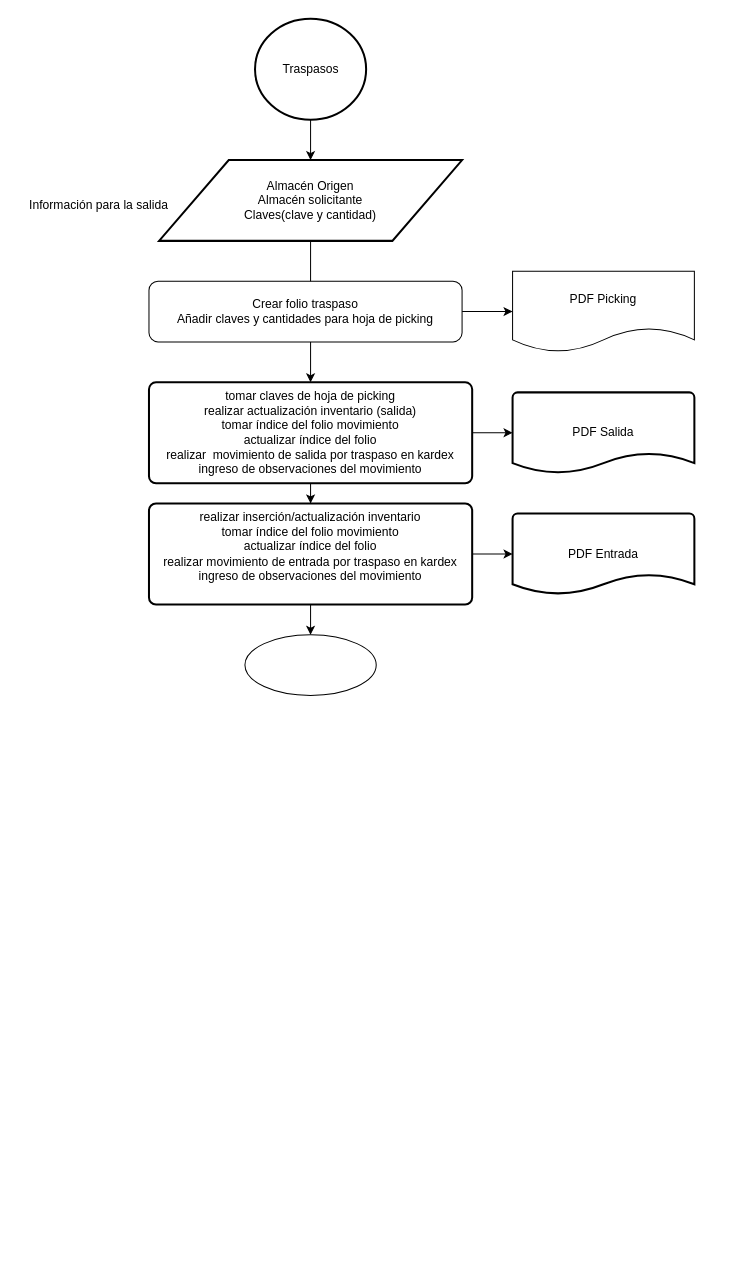
Before: TraspasosEmpresa.drawio in ErnestoDanielTafoyaMolinaCYM/clases-cat-cym, a draw.io diagram. Source tidied: cells renumbered, new cells numbered last; positions are measured from the earlier drawing's top-left corner, leaving out a move shared by most shapes. Both pictures are drawn from the tidied source at 101%, with x=0, y=0 at pixel (17, 18).
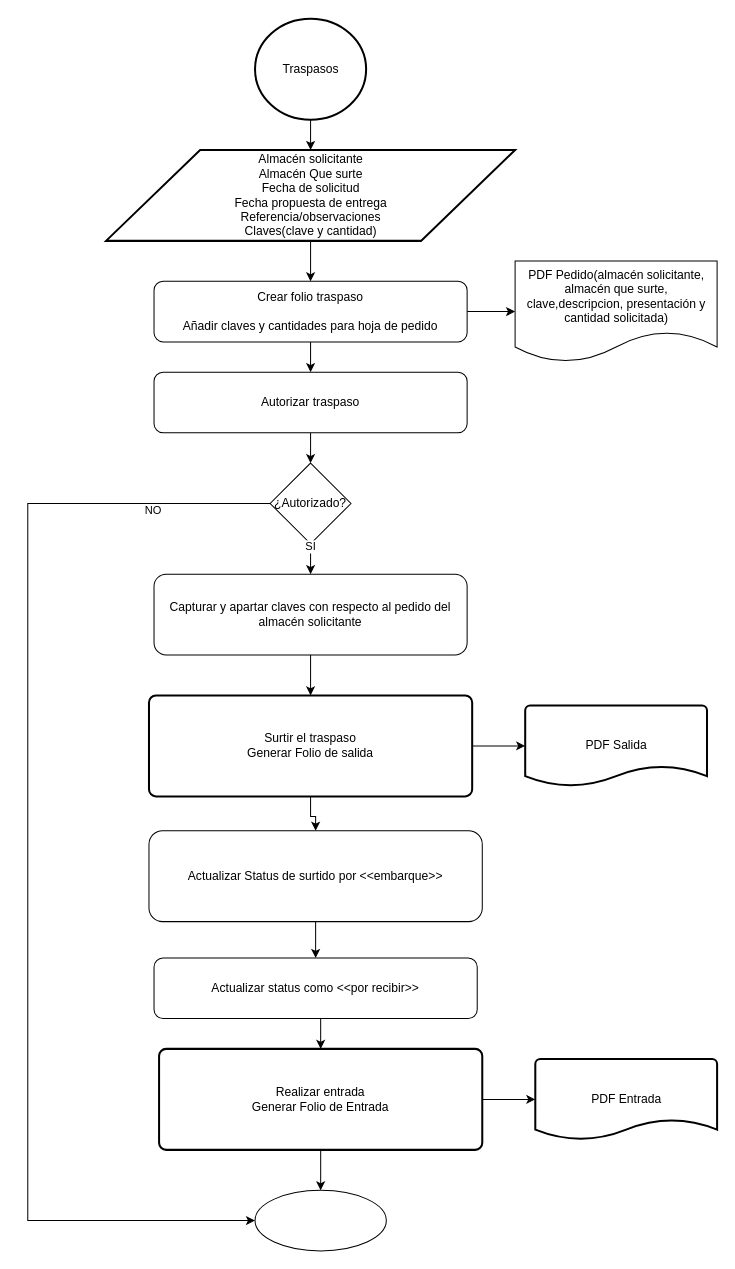
Above is the later version.

What changed in the source:
```diff
@@
-    <mxCell id="5" style="edgeStyle=orthogonalEdgeStyle;rounded=0;jettySize=auto;html=1;" parent="1" edge="1" source="6" target="11">
-      <mxGeometry relative="1" as="geometry" />
-    </mxCell>
+    <mxCell id="20" style="edgeStyle=orthogonalEdgeStyle;rounded=0;jettySize=auto;html=1;" parent="1" edge="1" source="6" target="32">
+      <mxGeometry relative="1" as="geometry" />
+    </mxCell>
-    <mxCell id="6" value="&lt;div&gt;&lt;br&gt;&lt;/div&gt;&lt;div&gt;tomar claves de hoja de picking&lt;/div&gt;realizar actualización inventario (salida)&lt;div&gt;tomar índice del folio movimiento&lt;/div&gt;&lt;div&gt;actualizar índice del folio&lt;br&gt;&lt;div&gt;realizar&amp;nbsp; movimiento de salida por traspaso en kardex&lt;/div&gt;&lt;div&gt;ingreso de observaciones del movimiento&lt;/div&gt;&lt;div&gt;&lt;br&gt;&lt;/div&gt;&lt;/div&gt;" style="rounded=1;whiteSpace=wrap;html=1;absoluteArcSize=1;arcSize=14;strokeWidth=2;" parent="1" vertex="1">
-      <mxGeometry x="130" y="360" width="320" height="100" as="geometry" />
+    <mxCell id="6" value="Surtir el traspaso&lt;div&gt;Generar Folio de salida&lt;/div&gt;" style="rounded=1;whiteSpace=wrap;html=1;absoluteArcSize=1;arcSize=14;strokeWidth=2;" parent="1" vertex="1">
+      <mxGeometry x="130" y="670" width="320" height="100" as="geometry" />
     </mxCell>
-    <mxCell id="7" value="Almacén Origen&lt;div&gt;Almacén solicitante&lt;/div&gt;&lt;div&gt;Claves(clave y cantidad)&lt;/div&gt;" style="shape=parallelogram;html=1;strokeWidth=2;perimeter=parallelogramPerimeter;whiteSpace=wrap;rounded=1;arcSize=0;size=0.23;" parent="1" vertex="1">
-      <mxGeometry x="140" y="140" width="300" height="80" as="geometry" />
+    <mxCell id="7" value="&lt;div&gt;&lt;br&gt;&lt;/div&gt;&lt;div&gt;Almacén solicitante&lt;/div&gt;&lt;div&gt;Almacén Que surte&lt;/div&gt;&lt;div&gt;Fecha de solicitud&lt;/div&gt;&lt;div&gt;Fecha propuesta de entrega&lt;/div&gt;&lt;div&gt;Referencia/observaciones&lt;/div&gt;&lt;div&gt;Claves(clave y cantidad)&lt;/div&gt;&lt;div&gt;&lt;div&gt;&lt;br&gt;&lt;/div&gt;&lt;/div&gt;" style="shape=parallelogram;html=1;strokeWidth=2;perimeter=parallelogramPerimeter;whiteSpace=wrap;rounded=1;arcSize=0;size=0.23;" parent="1" vertex="1">
+      <mxGeometry x="87.5" y="130" width="405" height="90" as="geometry" />
     </mxCell>
     <mxCell id="8" value="PDF Salida" style="strokeWidth=2;html=1;shape=mxgraph.flowchart.document2;whiteSpace=wrap;size=0.25;" parent="1" vertex="1">
-      <mxGeometry x="490" y="370" width="180" height="80" as="geometry" />
+      <mxGeometry x="502.5" y="680" width="180" height="80" as="geometry" />
     </mxCell>
@@
-    <mxCell id="11" value="realizar inserción/actualización inventario&lt;div&gt;tomar índice del folio movimiento&lt;/div&gt;&lt;div&gt;actualizar índice del folio&lt;br&gt;&lt;div&gt;realizar movimiento de entrada por traspaso en kardex&lt;/div&gt;&lt;div&gt;&lt;div&gt;ingreso de observaciones del movimiento&lt;/div&gt;&lt;div&gt;&lt;br&gt;&lt;/div&gt;&lt;/div&gt;&lt;/div&gt;" style="rounded=1;whiteSpace=wrap;html=1;absoluteArcSize=1;arcSize=14;strokeWidth=2;" parent="1" vertex="1">
-      <mxGeometry x="130" y="480" width="320" height="100" as="geometry" />
+    <mxCell id="11" value="&lt;div&gt;&lt;div&gt;&lt;div&gt;Realizar entrada&lt;/div&gt;&lt;/div&gt;&lt;/div&gt;&lt;div&gt;Generar Folio de Entrada&lt;/div&gt;" style="rounded=1;whiteSpace=wrap;html=1;absoluteArcSize=1;arcSize=14;strokeWidth=2;" parent="1" vertex="1">
+      <mxGeometry x="140" y="1020" width="320" height="100" as="geometry" />
     </mxCell>
     <mxCell id="12" value="PDF Entrada" style="strokeWidth=2;html=1;shape=mxgraph.flowchart.document2;whiteSpace=wrap;size=0.25;" parent="1" vertex="1">
-      <mxGeometry x="490" y="490" width="180" height="80" as="geometry" />
+      <mxGeometry x="512.5" y="1030" width="180" height="80" as="geometry" />
     </mxCell>
     <mxCell id="13" style="verticalLabelPosition=bottom;verticalAlign=top;html=1;shape=mxgraph.flowchart.on-page_reference;" parent="1" vertex="1">
-      <mxGeometry x="225" y="610" width="130" height="60" as="geometry" />
+      <mxGeometry x="235" y="1160" width="130" height="60" as="geometry" />
     </mxCell>
-    <mxCell id="14" style="edgeStyle=orthogonalEdgeStyle;rounded=0;jettySize=auto;html=1;exitX=0.5;exitY=1;exitDx=0;exitDy=0;entryX=0.5;entryY=0;entryDx=0;entryDy=0;" parent="1" edge="1" source="7" target="6">
+    <mxCell id="14" style="edgeStyle=orthogonalEdgeStyle;rounded=0;jettySize=auto;html=1;exitX=0.5;exitY=1;exitDx=0;exitDy=0;entryX=0.5;entryY=0;entryDx=0;entryDy=0;" parent="1" edge="1" source="30" target="6">
       <mxGeometry relative="1" as="geometry" />
     </mxCell>
@@
-    <mxCell id="16" value="Información para la salida" style="text;html=1;align=center;verticalAlign=middle;strokeColor=none;fillColor=none;" parent="1" vertex="1">
-      <mxGeometry y="170" width="160" height="30" as="geometry" />
-    </mxCell>
@@
+    <mxCell id="19" value="PDF Pedido(almacén solicitante, almacén que surte, clave,descripcion, presentación y cantidad solicitada)" style="shape=document;whiteSpace=wrap;html=1;boundedLbl=1;rounded=1;" parent="1" vertex="1">
+      <mxGeometry x="492.5" y="240" width="200" height="100" as="geometry" />
+    </mxCell>
+    <mxCell id="21" style="edgeStyle=orthogonalEdgeStyle;rounded=0;jettySize=auto;html=1;exitX=0.5;exitY=1;exitDx=0;exitDy=0;entryX=0.5;entryY=0;entryDx=0;entryDy=0;" parent="1" edge="1" source="7" target="18">
+      <mxGeometry relative="1" as="geometry" />
+    </mxCell>
+    <mxCell id="22" style="edgeStyle=orthogonalEdgeStyle;rounded=0;jettySize=auto;html=1;" parent="1" edge="1" source="18" target="24">
+      <mxGeometry relative="1" as="geometry" />
+    </mxCell>
-    <mxCell id="18" value="&lt;div&gt;Crear folio traspaso&lt;/div&gt;Añadir claves y cantidades para hoja de picking" style="rounded=1;whiteSpace=wrap;html=1;" parent="1" vertex="1">
-      <mxGeometry x="130" y="260" width="310" height="60" as="geometry" />
+    <mxCell id="18" value="&lt;div&gt;Crear folio traspaso&lt;/div&gt;&lt;div&gt;&lt;br&gt;&lt;/div&gt;Añadir claves y cantidades para hoja de pedido" style="rounded=1;whiteSpace=wrap;html=1;" parent="1" vertex="1">
+      <mxGeometry x="135" y="260" width="310" height="60" as="geometry" />
     </mxCell>
-    <mxCell id="19" value="PDF Picking" style="shape=document;whiteSpace=wrap;html=1;boundedLbl=1;rounded=1;" parent="1" vertex="1">
-      <mxGeometry x="490" y="250" width="180" height="80" as="geometry" />
-    </mxCell>
+    <mxCell id="23" style="edgeStyle=orthogonalEdgeStyle;rounded=0;jettySize=auto;html=1;exitX=0.5;exitY=1;exitDx=0;exitDy=0;entryX=0.5;entryY=0;entryDx=0;entryDy=0;" parent="1" edge="1" source="24" target="25">
+      <mxGeometry relative="1" as="geometry" />
+    </mxCell>
+    <mxCell id="24" value="Autorizar traspaso" style="rounded=1;whiteSpace=wrap;html=1;" parent="1" vertex="1">
+      <mxGeometry x="135" y="350" width="310" height="60" as="geometry" />
+    </mxCell>
+    <mxCell id="25" value="¿Autorizado?" style="rhombus;whiteSpace=wrap;html=1;" parent="1" vertex="1">
+      <mxGeometry x="250" y="440" width="80" height="80" as="geometry" />
+    </mxCell>
+    <mxCell id="26" style="edgeStyle=orthogonalEdgeStyle;rounded=0;jettySize=auto;html=1;exitX=0;exitY=0.5;exitDx=0;exitDy=0;entryX=0;entryY=0.5;entryDx=0;entryDy=0;entryPerimeter=0;" parent="1" edge="1" source="25" target="13">
+      <mxGeometry relative="1" as="geometry">
+        <Array as="points">
+          <mxPoint x="10" y="480" />
+          <mxPoint x="10" y="1190" />
+        </Array>
+      </mxGeometry>
+    </mxCell>
+    <mxCell id="27" value="NO" style="edgeLabel;html=1;align=center;verticalAlign=middle;" parent="26" vertex="1">
+      <mxGeometry x="-0.8" y="6" relative="1" as="geometry" />
+    </mxCell>
+    <mxCell id="28" style="edgeStyle=orthogonalEdgeStyle;rounded=0;jettySize=auto;html=1;exitX=0.5;exitY=1;exitDx=0;exitDy=0;entryX=0.5;entryY=0;entryDx=0;entryDy=0;" parent="1" edge="1" source="25" target="30">
+      <mxGeometry relative="1" as="geometry" />
+    </mxCell>
+    <mxCell id="29" value="SI" style="edgeLabel;html=1;align=center;verticalAlign=middle;" parent="28" vertex="1">
+      <mxGeometry x="-0.85" y="-1" relative="1" as="geometry" />
+    </mxCell>
+    <mxCell id="30" value="Capturar y apartar claves con respecto al pedido del almacén solicitante" style="rounded=1;whiteSpace=wrap;html=1;" parent="1" vertex="1">
+      <mxGeometry x="135" y="550" width="310" height="80" as="geometry" />
+    </mxCell>
+    <mxCell id="31" style="edgeStyle=orthogonalEdgeStyle;rounded=0;jettySize=auto;html=1;" parent="1" edge="1" source="32" target="34">
+      <mxGeometry relative="1" as="geometry" />
+    </mxCell>
+    <mxCell id="32" value="Actualizar Status de surtido por &amp;lt;&amp;lt;embarque&amp;gt;&amp;gt;" style="rounded=1;whiteSpace=wrap;html=1;" parent="1" vertex="1">
+      <mxGeometry x="130" y="804" width="330" height="90" as="geometry" />
+    </mxCell>
+    <mxCell id="33" style="edgeStyle=orthogonalEdgeStyle;rounded=0;jettySize=auto;html=1;exitX=0.5;exitY=1;exitDx=0;exitDy=0;entryX=0.5;entryY=0;entryDx=0;entryDy=0;" parent="1" edge="1" source="34" target="11">
+      <mxGeometry relative="1" as="geometry" />
+    </mxCell>
+    <mxCell id="34" value="Actualizar status como &amp;lt;&amp;lt;por recibir&amp;gt;&amp;gt;" style="rounded=1;whiteSpace=wrap;html=1;" parent="1" vertex="1">
+      <mxGeometry x="135" y="930" width="320" height="60" as="geometry" />
+    </mxCell>
```
